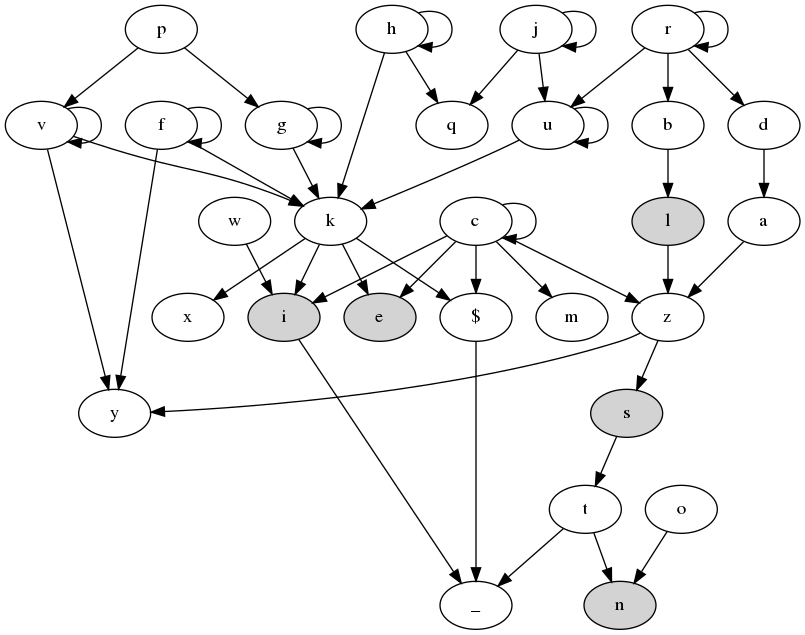
This is dependencies.dot.png from dovca/fp-js, a Graphviz export, as it was before one commit. Its source is kept beside it as dependencies.dot.
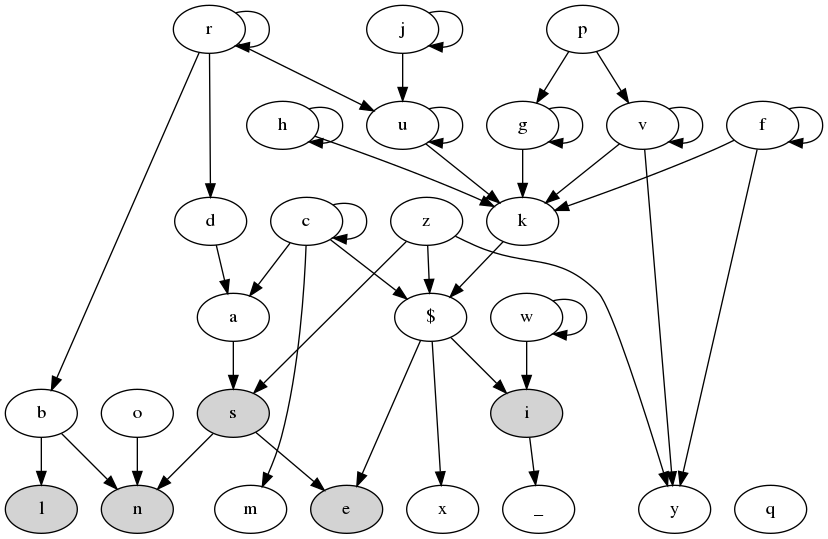
The same diagram one commit later.

Change to the diagram source:
```diff
@@ -1,4 +1,6 @@
 digraph dependencies {
+
+    { rank = same; n; e; x; "_"; q; y; l; m; }
 
     n [style=filled];
     i [style=filled];
@@ -6,41 +8,44 @@
     e [style=filled];
     l [style=filled];
 
-    "$" -> _;
-    t -> n;
-    t -> _;
-    i -> _;
-    w -> i;
+    "_";
+    q;
+    y;
+    e;
+    x;
+    n;
+    m;
+    l;
+    i -> "_";
+    "$" -> i;
+    "$" -> e;
+    "$" -> x;
+    w -> w -> i;
     o -> n;
-    s -> t;
+    s -> n;
+    s -> e;
+    z -> "$";
     z -> s;
     z -> y;
-    a -> z;
+    a -> s;
     d -> a;
-    c -> c -> z;
-    c -> e;
-    c -> i;
-    c -> "$";
+    c -> c -> "$";
     c -> m;
-    l -> z;
+    c -> a;
+    b -> n;
     b -> l;
-    k -> i;
     k -> "$";
-    k -> e;
-    k -> x;
     g -> g -> k;
     v -> v -> k;
     v -> y;
     f -> f -> k;
     f -> y;
+    u -> u -> k;
+    j -> j -> u;
+    r -> r -> u;
+    r -> d;
+    r -> b;
+    h -> h -> k;
     p -> g;
     p -> v;
-    u -> u -> k;
-    j -> j -> u;
-    j -> q;
-    r -> r -> d;
-    r -> u;
-    r -> b;
-    h -> h -> k;
-    h -> q;
 }
```
